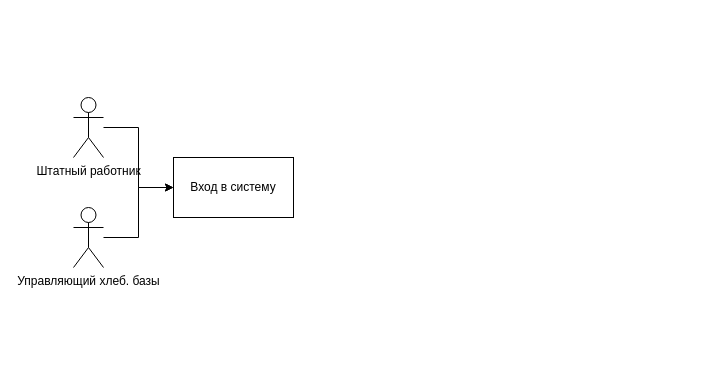
This is Untitled Diagram.drawio from AndrewGanzha/bakersystem, a draw.io file, before an edit. Source tidied: cells renumbered, new cells numbered last; positions are measured from the earlier drawing's top-left corner, leaving out a move shared by most shapes. Both pictures are drawn from the tidied source at 100%, with x=0, y=0 at pixel (73, 97).
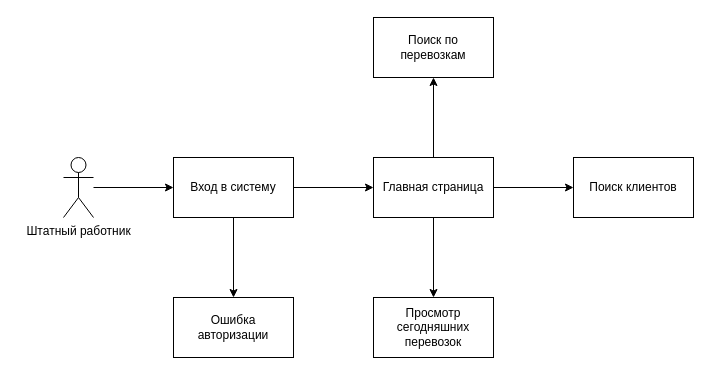
After the change.

Diff of the diagram source:
```diff
@@
 <mxGraphModel>
   <root>
     <mxCell id="0" />
     <mxCell id="1" parent="0" />
     <mxCell id="2" style="edgeStyle=orthogonalEdgeStyle;rounded=0;jettySize=auto;html=1;" parent="1" edge="1" source="3" target="6">
       <mxGeometry relative="1" as="geometry" />
     </mxCell>
     <mxCell id="3" value="Штатный работник" style="shape=umlActor;verticalLabelPosition=bottom;verticalAlign=top;html=1;outlineConnect=0;" parent="1" vertex="1">
-      <mxGeometry width="30" height="60" as="geometry" />
+      <mxGeometry x="-10" y="60" width="30" height="60" as="geometry" />
     </mxCell>
-    <mxCell id="4" style="edgeStyle=orthogonalEdgeStyle;rounded=0;jettySize=auto;html=1;" parent="1" edge="1" source="5" target="6">
-      <mxGeometry relative="1" as="geometry" />
-    </mxCell>
-    <mxCell id="5" value="Управляющий хлеб. базы" style="shape=umlActor;verticalLabelPosition=bottom;verticalAlign=top;html=1;outlineConnect=0;" parent="1" vertex="1">
-      <mxGeometry y="110" width="30" height="60" as="geometry" />
-    </mxCell>
+    <mxCell id="7" style="edgeStyle=orthogonalEdgeStyle;rounded=0;jettySize=auto;html=1;" parent="1" edge="1" source="6" target="12">
+      <mxGeometry relative="1" as="geometry" />
+    </mxCell>
+    <mxCell id="8" style="edgeStyle=orthogonalEdgeStyle;rounded=0;jettySize=auto;html=1;" parent="1" edge="1" source="6" target="13">
+      <mxGeometry relative="1" as="geometry" />
+    </mxCell>
     <mxCell id="6" value="Вход в систему" style="rounded=0;whiteSpace=wrap;html=1;" parent="1" vertex="1">
       <mxGeometry x="100" y="60" width="120" height="60" as="geometry" />
     </mxCell>
+    <mxCell id="9" style="edgeStyle=orthogonalEdgeStyle;rounded=0;jettySize=auto;html=1;" parent="1" edge="1" source="12" target="14">
+      <mxGeometry relative="1" as="geometry" />
+    </mxCell>
+    <mxCell id="10" style="edgeStyle=orthogonalEdgeStyle;rounded=0;jettySize=auto;html=1;" parent="1" edge="1" source="12" target="15">
+      <mxGeometry relative="1" as="geometry" />
+    </mxCell>
+    <mxCell id="11" style="edgeStyle=orthogonalEdgeStyle;rounded=0;jettySize=auto;html=1;" parent="1" edge="1" source="12" target="16">
+      <mxGeometry relative="1" as="geometry" />
+    </mxCell>
+    <mxCell id="12" value="Главная страница" style="whiteSpace=wrap;html=1;rounded=0;" parent="1" vertex="1">
+      <mxGeometry x="300" y="60" width="120" height="60" as="geometry" />
+    </mxCell>
+    <mxCell id="13" value="Ошибка авторизации" style="whiteSpace=wrap;html=1;rounded=0;" parent="1" vertex="1">
+      <mxGeometry x="100" y="200" width="120" height="60" as="geometry" />
+    </mxCell>
+    <mxCell id="14" value="Поиск по перевозкам" style="rounded=0;whiteSpace=wrap;html=1;" parent="1" vertex="1">
+      <mxGeometry x="300" y="-80" width="120" height="60" as="geometry" />
+    </mxCell>
+    <mxCell id="15" value="Просмотр сегодняшних перевозок" style="whiteSpace=wrap;html=1;rounded=0;" parent="1" vertex="1">
+      <mxGeometry x="300" y="200" width="120" height="60" as="geometry" />
+    </mxCell>
+    <mxCell id="16" value="Поиск клиентов" style="whiteSpace=wrap;html=1;rounded=0;" parent="1" vertex="1">
+      <mxGeometry x="500" y="60" width="120" height="60" as="geometry" />
+    </mxCell>
   </root>
 </mxGraphModel>
```
